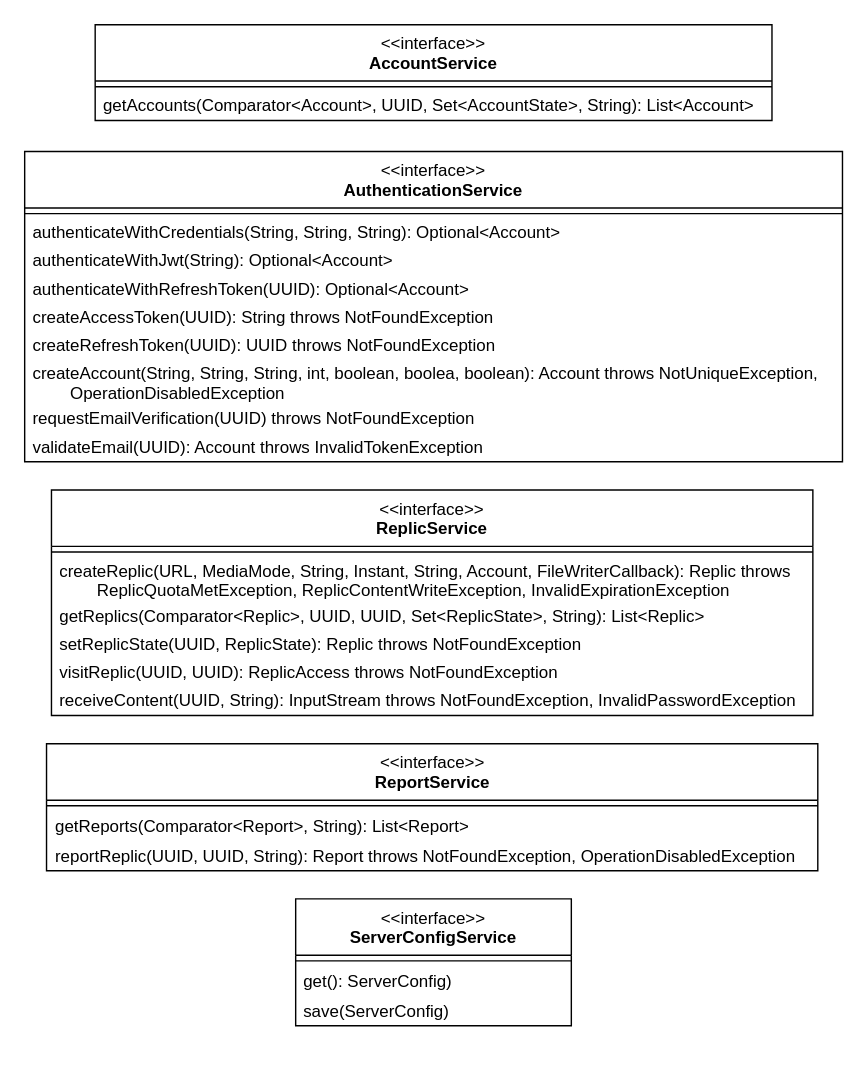
Before: content/drawio/class/server/domain-services.drawio in replic-read/design, a draw.io diagram. Source tidied: cells renumbered, new cells numbered last; positions are measured from the earlier drawing's top-left corner, leaving out a move shared by most shapes. Both pictures are drawn from the tidied source at 141%, with x=0, y=0 at pixel (24, 24).
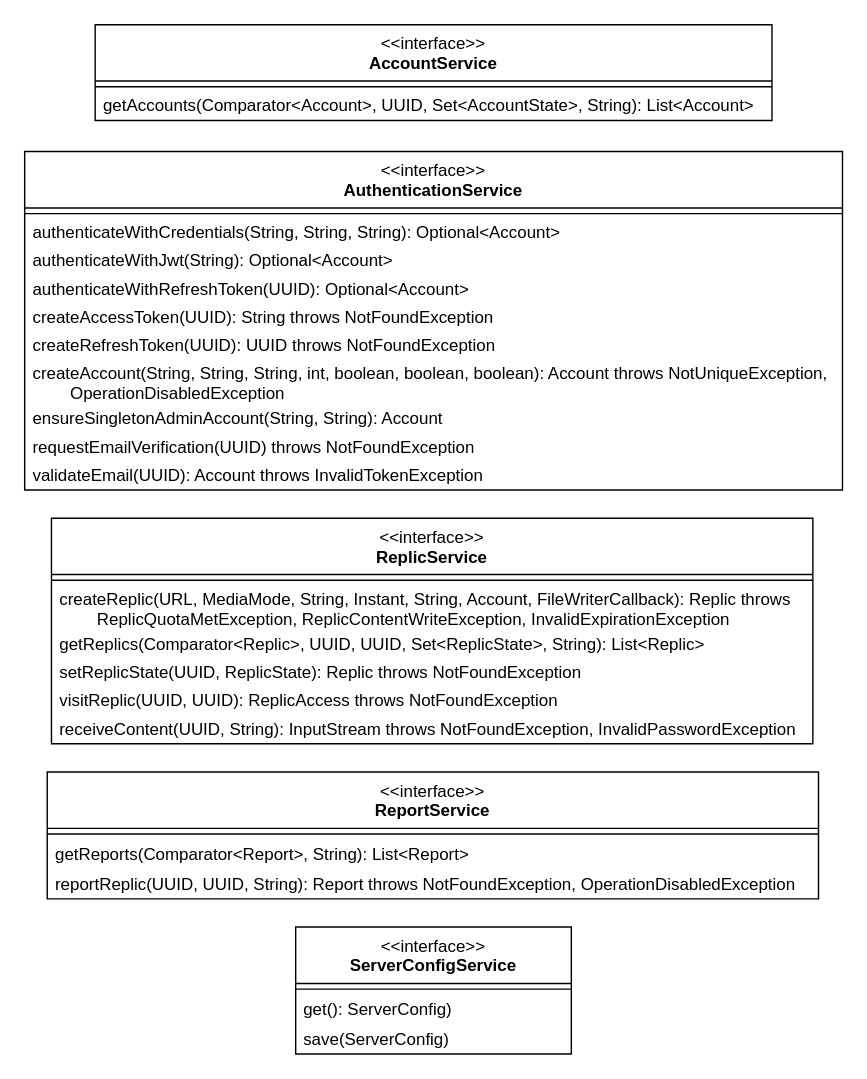
The same page after the edit.

Change to the diagram source:
```diff
@@
     <mxCell id="5" value="&amp;lt;&amp;lt;interface&amp;gt;&amp;gt;&lt;br&gt;&lt;b&gt;AuthenticationService&lt;/b&gt;&lt;div&gt;&lt;br&gt;&lt;/div&gt;" style="swimlane;fontStyle=0;align=center;verticalAlign=top;horizontal=1;startSize=40;html=1;whiteSpace=wrap;" parent="1" vertex="1">
-      <mxGeometry y="90" width="580" height="220" as="geometry" />
+      <mxGeometry y="90" width="580" height="240" as="geometry" />
     </mxCell>
@@
-    <mxCell id="12" value="createAccount(String, String, String, int, boolean, boolea, boolean): Account throws NotUniqueException, &lt;span style=&quot;white-space: pre;&quot;&gt;&#9;&lt;/span&gt;OperationDisabledException" style="text;html=1;strokeColor=none;fillColor=none;align=left;verticalAlign=middle;spacingLeft=4;spacingRight=4;overflow=hidden;whiteSpace=wrap;" parent="5" vertex="1">
+    <mxCell id="12" value="createAccount(String, String, String, int, boolean, boolean, boolean): Account throws NotUniqueException, &lt;span style=&quot;white-space: pre;&quot;&gt;&#9;&lt;/span&gt;OperationDisabledException" style="text;html=1;strokeColor=none;fillColor=none;align=left;verticalAlign=middle;spacingLeft=4;spacingRight=4;overflow=hidden;whiteSpace=wrap;" parent="5" vertex="1">
       <mxGeometry y="148" width="580" height="32" as="geometry" />
     </mxCell>
+    <mxCell id="30" value="ensureSingletonAdminAccount(String, String): Account" style="text;html=1;strokeColor=none;fillColor=none;align=left;verticalAlign=middle;spacingLeft=4;spacingRight=4;overflow=hidden;whiteSpace=wrap;" parent="5" vertex="1">
+      <mxGeometry y="180" width="580" height="20" as="geometry" />
+    </mxCell>
     <mxCell id="13" value="requestEmailVerification(UUID) throws NotFoundException" style="text;html=1;strokeColor=none;fillColor=none;align=left;verticalAlign=middle;spacingLeft=4;spacingRight=4;overflow=hidden;whiteSpace=wrap;" parent="5" vertex="1">
-      <mxGeometry y="180" width="580" height="20" as="geometry" />
+      <mxGeometry y="200" width="580" height="20" as="geometry" />
     </mxCell>
     <mxCell id="14" value="validateEmail(UUID): Account throws InvalidTokenException" style="text;html=1;strokeColor=none;fillColor=none;align=left;verticalAlign=middle;spacingLeft=4;spacingRight=4;overflow=hidden;whiteSpace=wrap;" parent="5" vertex="1">
-      <mxGeometry y="200" width="580" height="20" as="geometry" />
+      <mxGeometry y="220" width="580" height="20" as="geometry" />
     </mxCell>
     <mxCell id="15" value="&amp;lt;&amp;lt;interface&amp;gt;&amp;gt;&lt;br&gt;&lt;b&gt;ReplicService&lt;/b&gt;&lt;div&gt;&lt;br&gt;&lt;/div&gt;" style="swimlane;fontStyle=0;align=center;verticalAlign=top;horizontal=1;startSize=40;html=1;whiteSpace=wrap;" parent="1" vertex="1">
-      <mxGeometry x="19" y="330" width="540" height="160" as="geometry" />
+      <mxGeometry x="19" y="350" width="540" height="160" as="geometry" />
     </mxCell>
@@
     <mxCell id="22" value="&amp;lt;&amp;lt;interface&amp;gt;&amp;gt;&lt;br&gt;&lt;b&gt;ReportService&lt;/b&gt;&lt;div&gt;&lt;br&gt;&lt;/div&gt;" style="swimlane;fontStyle=0;align=center;verticalAlign=top;horizontal=1;startSize=40;html=1;whiteSpace=wrap;" parent="1" vertex="1">
-      <mxGeometry x="15.5" y="510" width="547" height="90" as="geometry" />
+      <mxGeometry x="16" y="530" width="547" height="90" as="geometry" />
     </mxCell>
@@
     <mxCell id="26" value="&amp;lt;&amp;lt;interface&amp;gt;&amp;gt;&lt;br&gt;&lt;b&gt;ServerConfigService&lt;/b&gt;&lt;div&gt;&lt;br&gt;&lt;/div&gt;" style="swimlane;fontStyle=0;align=center;verticalAlign=top;horizontal=1;startSize=40;html=1;whiteSpace=wrap;" parent="1" vertex="1">
-      <mxGeometry x="192.2" y="620" width="195.5" height="90" as="geometry" />
+      <mxGeometry x="192.2" y="640" width="195.5" height="90" as="geometry" />
     </mxCell>
```
